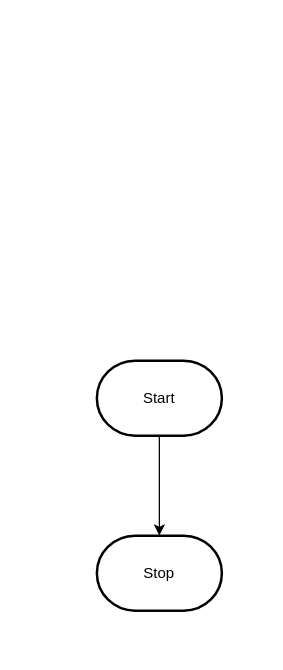
Earlier version of the draw.io diagram design/flowchart.drawio (MTHS-ICD2O-1-2023/ICD2O-Unit-3-04-pablo-fiallos-granados). Source tidied: cells renumbered, new cells numbered last; positions are measured from the earlier drawing's top-left corner, leaving out a move shared by most shapes. Both pictures are drawn from the tidied source at 125%, with x=0, y=0 at pixel (96, 360).
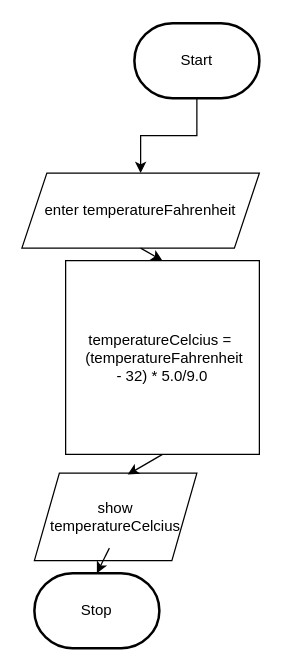
Above is the later version.

Change to the diagram source:
```diff
@@
 <mxGraphModel>
   <root>
     <mxCell id="0" />
     <mxCell id="1" parent="0" />
-    <mxCell id="2" style="edgeStyle=orthogonalEdgeStyle;html=1;rounded=0;" parent="1" edge="1" source="3" target="4">
+    <mxCell id="2" style="edgeStyle=orthogonalEdgeStyle;html=1;rounded=0;entryX=0.5;entryY=0;entryDx=0;entryDy=0;" parent="1" edge="1" source="3" target="5">
       <mxGeometry relative="1" as="geometry" />
     </mxCell>
     <mxCell id="3" value="Start" style="strokeWidth=2;html=1;shape=mxgraph.flowchart.terminator;whiteSpace=wrap;" parent="1" vertex="1">
-      <mxGeometry width="100" height="60" as="geometry" />
+      <mxGeometry x="30" y="-270" width="100" height="60" as="geometry" />
     </mxCell>
     <mxCell id="4" value="Stop" style="strokeWidth=2;html=1;shape=mxgraph.flowchart.terminator;whiteSpace=wrap;" parent="1" vertex="1">
-      <mxGeometry y="140" width="100" height="60" as="geometry" />
+      <mxGeometry x="-50" y="170" width="100" height="60" as="geometry" />
     </mxCell>
+    <mxCell id="5" value="enter temperatureFahrenheit" style="shape=parallelogram;perimeter=parallelogramPerimeter;whiteSpace=wrap;html=1;fixedSize=1;" parent="1" vertex="1">
+      <mxGeometry x="-60" y="-150" width="190" height="60" as="geometry" />
+    </mxCell>
+    <mxCell id="6" value="temperatureCelcius =&amp;nbsp;&lt;br&gt;&amp;nbsp;(temperatureFahrenheit&lt;br&gt;- 32) * 5.0/9.0" style="whiteSpace=wrap;html=1;" parent="1" vertex="1">
+      <mxGeometry x="-25" y="-80" width="155" height="155" as="geometry" />
+    </mxCell>
+    <mxCell id="7" style="endArrow=classic;html=1;exitX=0.5;exitY=1;exitDx=0;exitDy=0;entryX=0.5;entryY=0;entryDx=0;entryDy=0;" parent="1" edge="1" source="5" target="6">
+      <mxGeometry relative="1" as="geometry" />
+    </mxCell>
+    <mxCell id="8" value="show temperatureCelcius" style="shape=parallelogram;perimeter=parallelogramPerimeter;whiteSpace=wrap;html=1;fixedSize=1;" parent="1" vertex="1">
+      <mxGeometry x="-50" y="90" width="130" height="70" as="geometry" />
+    </mxCell>
+    <mxCell id="9" style="endArrow=classic;html=1;exitX=0.5;exitY=1;exitDx=0;exitDy=0;entryX=0.574;entryY=0.017;entryDx=0;entryDy=0;entryPerimeter=0;" parent="1" edge="1" source="6" target="8">
+      <mxGeometry relative="1" as="geometry" />
+    </mxCell>
+    <mxCell id="10" style="endArrow=classic;html=1;entryX=0.5;entryY=0;entryDx=0;entryDy=0;entryPerimeter=0;" parent="1" edge="1" target="4">
+      <mxGeometry relative="1" as="geometry">
+        <mxPoint x="10" y="150" as="sourcePoint" />
+      </mxGeometry>
+    </mxCell>
   </root>
 </mxGraphModel>
```
